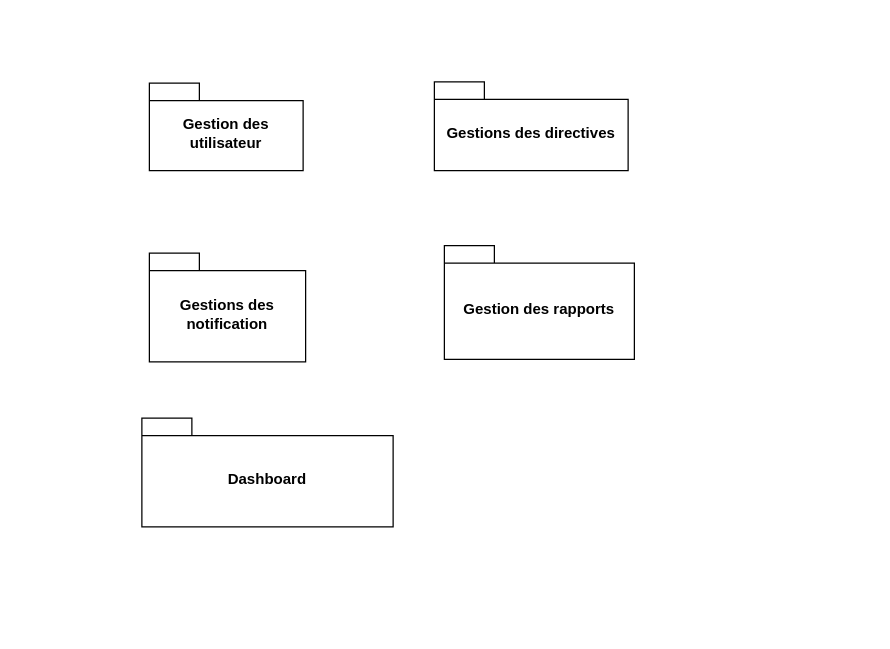
The draw.io diagram package.drawio in CabrelFeukeng/pp, before the edit. Source tidied: cells renumbered, new cells numbered last; positions are measured from the earlier drawing's top-left corner, leaving out a move shared by most shapes. Both pictures are drawn from the tidied source at 125%, with x=0, y=0 at pixel (141, 81).
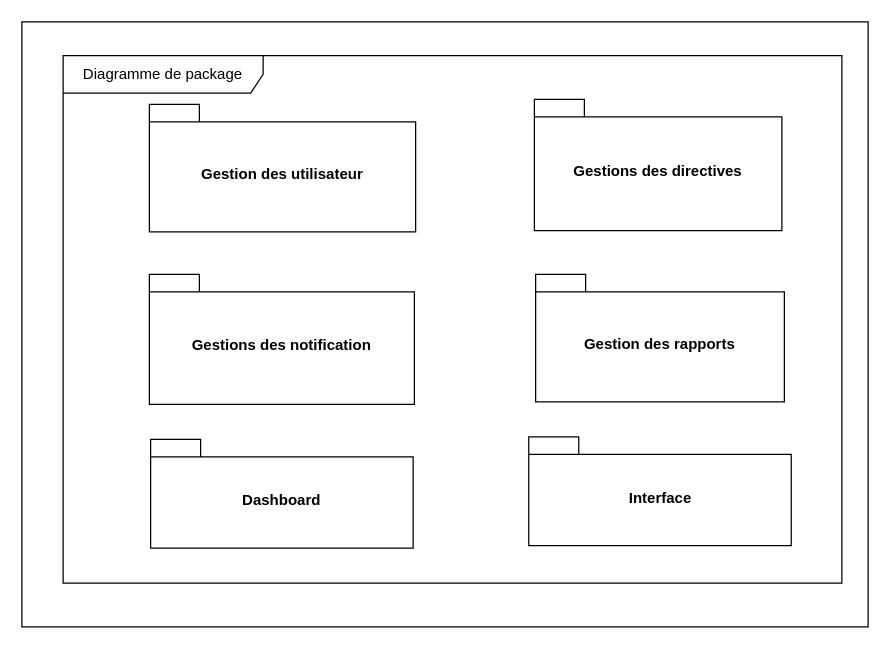
The same diagram, later.

Commit message:
Mettre à jour package.drawio

Change to the diagram source:
```diff
@@
 <mxGraphModel>
   <root>
     <mxCell id="0" />
     <mxCell id="1" parent="0" />
+    <mxCell id="7" style="rounded=0;whiteSpace=wrap;html=1;" parent="1" vertex="1">
+      <mxGeometry x="-96" y="-48" width="677" height="484" as="geometry" />
+    </mxCell>
     <mxCell id="2" value="Gestion des utilisateur" style="shape=folder;fontStyle=1;spacingTop=10;tabWidth=40;tabHeight=14;tabPosition=left;html=1;whiteSpace=wrap;" parent="1" vertex="1">
-      <mxGeometry x="6" y="1" width="123" height="70" as="geometry" />
+      <mxGeometry x="6" y="18" width="213" height="102" as="geometry" />
     </mxCell>
     <mxCell id="3" value="Gestions des directives" style="shape=folder;fontStyle=1;spacingTop=10;tabWidth=40;tabHeight=14;tabPosition=left;html=1;whiteSpace=wrap;" parent="1" vertex="1">
-      <mxGeometry x="234" width="155" height="71" as="geometry" />
+      <mxGeometry x="314" y="14" width="198" height="105" as="geometry" />
     </mxCell>
     <mxCell id="4" value="Gestions des notification" style="shape=folder;fontStyle=1;spacingTop=10;tabWidth=40;tabHeight=14;tabPosition=left;html=1;whiteSpace=wrap;" parent="1" vertex="1">
-      <mxGeometry x="6" y="137" width="125" height="87" as="geometry" />
+      <mxGeometry x="6" y="154" width="212" height="104" as="geometry" />
     </mxCell>
     <mxCell id="5" value="Gestion des rapports" style="shape=folder;fontStyle=1;spacingTop=10;tabWidth=40;tabHeight=14;tabPosition=left;html=1;whiteSpace=wrap;" parent="1" vertex="1">
-      <mxGeometry x="242" y="131" width="152" height="91" as="geometry" />
+      <mxGeometry x="315" y="154" width="199" height="102" as="geometry" />
     </mxCell>
     <mxCell id="6" value="Dashboard" style="shape=folder;fontStyle=1;spacingTop=10;tabWidth=40;tabHeight=14;tabPosition=left;html=1;whiteSpace=wrap;" parent="1" vertex="1">
-      <mxGeometry y="269" width="201" height="87" as="geometry" />
+      <mxGeometry x="7" y="286" width="210" height="87" as="geometry" />
     </mxCell>
+    <mxCell id="8" value="Interface" style="shape=folder;fontStyle=1;spacingTop=10;tabWidth=40;tabHeight=14;tabPosition=left;html=1;whiteSpace=wrap;" parent="1" vertex="1">
+      <mxGeometry x="309.5" y="284" width="210" height="87" as="geometry" />
+    </mxCell>
+    <mxCell id="9" value="Diagramme de package" style="shape=umlFrame;whiteSpace=wrap;html=1;width=160;" parent="1" vertex="1">
+      <mxGeometry x="-63" y="-21" width="623" height="422" as="geometry" />
+    </mxCell>
   </root>
 </mxGraphModel>
```
